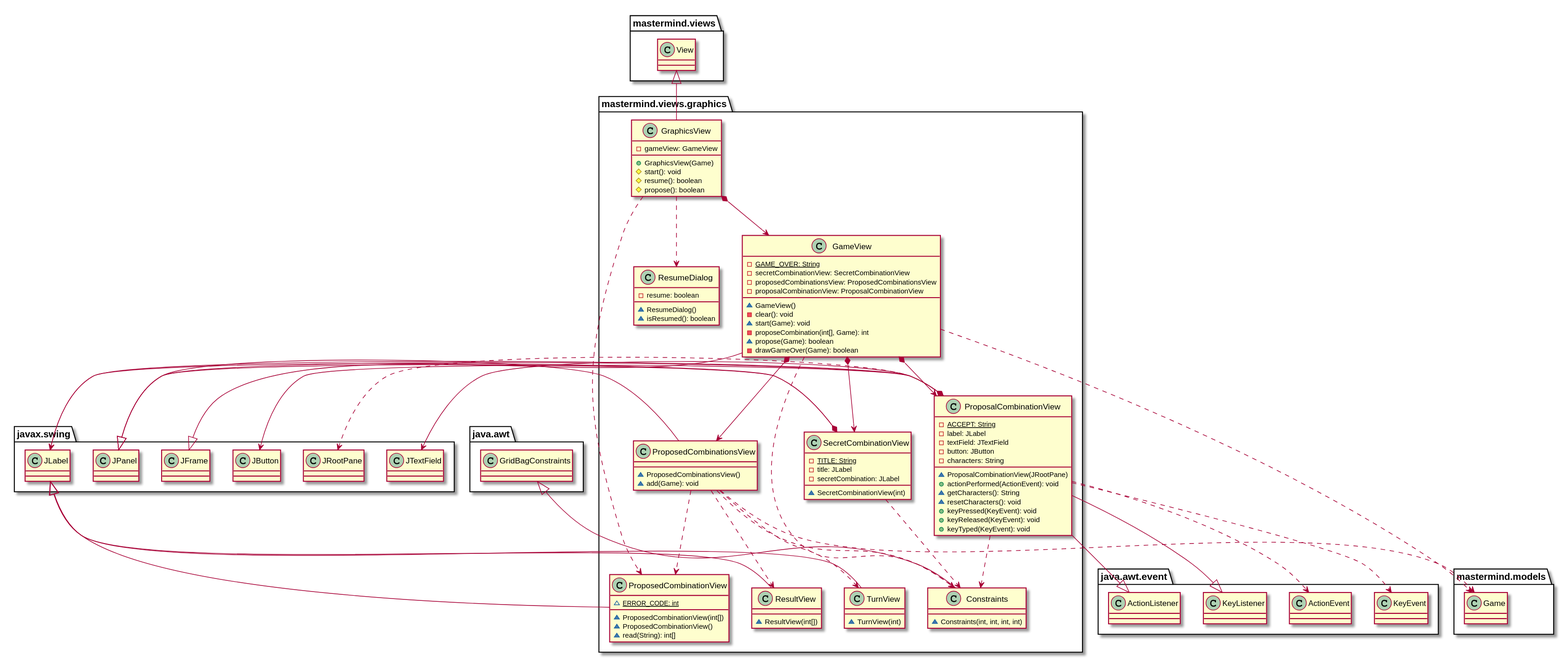
The PlantUML diagram documentView/withoutFactoryMethod/docs/diagrams/out/paquetes/usantatecla.mastermind.views.graphics.svg in SantaTecla-mastermind/solution.java.swing.socket.sql, before a commit. The source it was exported from:
```plantuml
@startuml

class  mastermind.views.graphics.Constraints{
~ Constraints(int, int, int, int)
}
java.awt.GridBagConstraints <|-down- mastermind.views.graphics.Constraints

class  mastermind.views.graphics.GameView{
- {static} GAME_OVER: String
- secretCombinationView: SecretCombinationView
- proposedCombinationsView: ProposedCombinationsView
- proposalCombinationView: ProposalCombinationView
~ GameView()
- clear(): void
~ start(Game): void
- proposeCombination(int[], Game): int
~ propose(Game): boolean
- drawGameOver(Game): boolean
}
javax.swing.JFrame <|-down- mastermind.views.graphics.GameView
mastermind.views.graphics.GameView *-down-> mastermind.views.graphics.ProposedCombinationsView
mastermind.views.graphics.GameView *-down-> mastermind.views.graphics.SecretCombinationView
mastermind.views.graphics.GameView *-down-> mastermind.views.graphics.ProposalCombinationView
mastermind.views.graphics.GameView ..> mastermind.models.Game
mastermind.views.graphics.GameView ..> mastermind.views.graphics.Constraints

class  mastermind.views.graphics.GraphicsView{
- gameView: GameView
+ GraphicsView(Game)
# start(): void
# resume(): boolean
# propose(): boolean
}
mastermind.views.View <|-down- mastermind.views.graphics.GraphicsView
mastermind.views.graphics.GraphicsView *-down-> mastermind.views.graphics.GameView
mastermind.views.graphics.GraphicsView ..> mastermind.views.graphics.ResumeDialog
mastermind.views.graphics.GraphicsView..> mastermind.views.graphics.ProposedCombinationView

class  mastermind.views.graphics.ProposalCombinationView{
- {static} ACCEPT: String
- label: JLabel
- textField: JTextField
- button: JButton
- characters: String
~ ProposalCombinationView(JRootPane)
+ actionPerformed(ActionEvent): void
~ getCharacters(): String
~ resetCharacters(): void
+ keyPressed(KeyEvent): void
+ keyReleased(KeyEvent): void
+ keyTyped(KeyEvent): void
}
java.awt.event.KeyListener <|-down- mastermind.views.graphics.ProposalCombinationView
java.awt.event.ActionListener <|-down- mastermind.views.graphics.ProposalCombinationView
javax.swing.JPanel <|-down- mastermind.views.graphics.ProposalCombinationView
mastermind.views.graphics.ProposalCombinationView *-down-> javax.swing.JButton
mastermind.views.graphics.ProposalCombinationView *-down-> javax.swing.JTextField
mastermind.views.graphics.ProposalCombinationView *-down-> javax.swing.JLabel
mastermind.views.graphics.ProposalCombinationView ..> javax.swing.JRootPane
mastermind.views.graphics.ProposalCombinationView ..> java.awt.event.KeyEvent
mastermind.views.graphics.ProposalCombinationView ..> java.awt.event.ActionEvent
mastermind.views.graphics.ProposalCombinationView..> mastermind.views.graphics.Constraints

class  mastermind.views.graphics.ProposedCombinationsView{
~ ProposedCombinationsView()
~ add(Game): void
}
javax.swing.JPanel <|-down- mastermind.views.graphics.ProposedCombinationsView
mastermind.views.graphics.ProposedCombinationsView ..> mastermind.models.Game
mastermind.views.graphics.ProposedCombinationsView..> mastermind.views.graphics.Constraints
mastermind.views.graphics.ProposedCombinationsView..> mastermind.views.graphics.ResultView
mastermind.views.graphics.ProposedCombinationsView..> mastermind.views.graphics.TurnView
mastermind.views.graphics.ProposedCombinationsView..> mastermind.views.graphics.ProposedCombinationView

class  mastermind.views.graphics.ProposedCombinationView{
~ {static} ERROR_CODE: int
~ ProposedCombinationView(int[])
~ ProposedCombinationView()
~ read(String): int[]
}
javax.swing.JLabel <|-down- mastermind.views.graphics.ProposedCombinationView

class  mastermind.views.graphics.ResultView{
~ ResultView(int[])
}
javax.swing.JLabel <|-down- mastermind.views.graphics.ResultView

class  mastermind.views.graphics.ResumeDialog{
- resume: boolean
~ ResumeDialog()
~ isResumed(): boolean
}

class  mastermind.views.graphics.SecretCombinationView{
- {static} TITLE: String
- title: JLabel
- secretCombination: JLabel
~ SecretCombinationView(int)
}
javax.swing.JPanel <|-down- mastermind.views.graphics.SecretCombinationView
mastermind.views.graphics.SecretCombinationView *-down-> javax.swing.JLabel
mastermind.views.graphics.SecretCombinationView..> mastermind.views.graphics.Constraints

class  mastermind.views.graphics.TurnView{
~ TurnView(int)
}
javax.swing.JLabel <|-down- mastermind.views.graphics.TurnView


@enduml
```
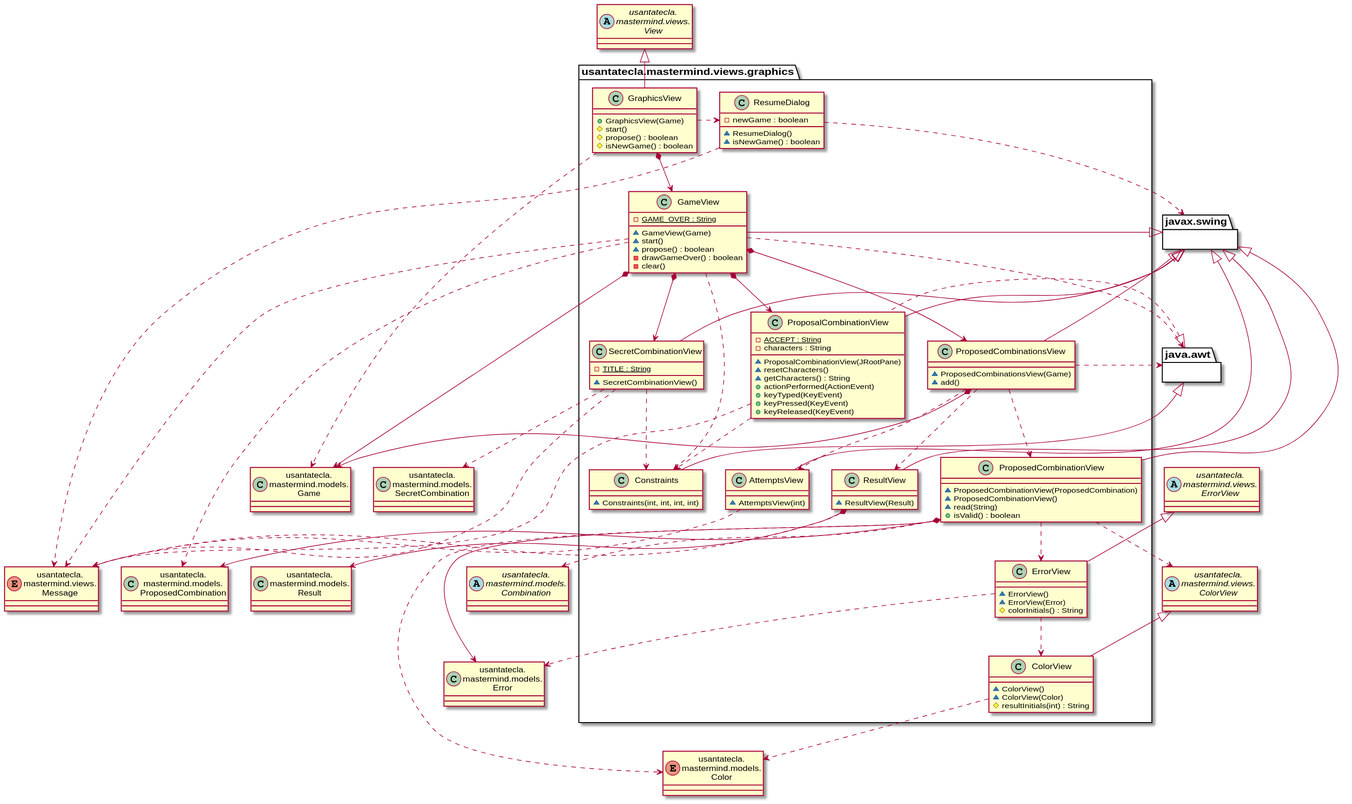
After the change.

The edit, as a diff of the source:
```diff
@@ -1,110 +1,138 @@
 @startuml
+class Game as "usantatecla.\nmastermind.models.\nGame"
+class Error as "usantatecla.\nmastermind.models.\nError"
+class Result as "usantatecla.\nmastermind.models.\nResult"
+enum Color as "usantatecla.\nmastermind.models.\nColor"
+abstract class Combination as "usantatecla.\nmastermind.models.\nCombination"
+class ProposedCombination as "usantatecla.\nmastermind.models.\nProposedCombination"
+class SecretCombination as "usantatecla.\nmastermind.models.\nSecretCombination"
+abstract class View as "usantatecla.\nmastermind.views.\nView"
+abstract class ColorView as "usantatecla.\nmastermind.views.\nColorView"
+abstract class ErrorView as "usantatecla.\nmastermind.views.\nErrorView"
+enum Message as "usantatecla.\nmastermind.views.\nMessage"
 
-class  mastermind.views.graphics.Constraints{
-~ Constraints(int, int, int, int)
+package javax.swing {}
+package java.awt {}
+
+class usantatecla.mastermind.views.graphics.GraphicsView {
+    + GraphicsView(Game)
+    # start()
+    # propose() : boolean
+    # isNewGame() : boolean
 }
-java.awt.GridBagConstraints <|-down- mastermind.views.graphics.Constraints
+usantatecla.mastermind.views.graphics.GraphicsView -up-|> View
+usantatecla.mastermind.views.graphics.GraphicsView *-down-> usantatecla.mastermind.views.graphics.GameView
+usantatecla.mastermind.views.graphics.GraphicsView ..> Game
+usantatecla.mastermind.views.graphics.GraphicsView .> usantatecla.mastermind.views.graphics.ResumeDialog
 
-class  mastermind.views.graphics.GameView{
-- {static} GAME_OVER: String
-- secretCombinationView: SecretCombinationView
-- proposedCombinationsView: ProposedCombinationsView
-- proposalCombinationView: ProposalCombinationView
-~ GameView()
-- clear(): void
-~ start(Game): void
-- proposeCombination(int[], Game): int
-~ propose(Game): boolean
-- drawGameOver(Game): boolean
+class usantatecla.mastermind.views.graphics.GameView {
+    - {static} GAME_OVER : String
+    ~ GameView(Game)
+    ~ start()
+    ~ propose() : boolean
+    - drawGameOver() : boolean
+    - clear()
 }
-javax.swing.JFrame <|-down- mastermind.views.graphics.GameView
-mastermind.views.graphics.GameView *-down-> mastermind.views.graphics.ProposedCombinationsView
-mastermind.views.graphics.GameView *-down-> mastermind.views.graphics.SecretCombinationView
-mastermind.views.graphics.GameView *-down-> mastermind.views.graphics.ProposalCombinationView
-mastermind.views.graphics.GameView ..> mastermind.models.Game
-mastermind.views.graphics.GameView ..> mastermind.views.graphics.Constraints
+usantatecla.mastermind.views.graphics.GameView -up-|> javax.swing
+usantatecla.mastermind.views.graphics.GameView *-down-> Game
+usantatecla.mastermind.views.graphics.GameView *-down-> usantatecla.mastermind.views.graphics.SecretCombinationView
+usantatecla.mastermind.views.graphics.GameView *-down-> usantatecla.mastermind.views.graphics.ProposedCombinationsView
+usantatecla.mastermind.views.graphics.GameView *-down-> usantatecla.mastermind.views.graphics.ProposalCombinationView
+usantatecla.mastermind.views.graphics.GameView ..> java.awt
+usantatecla.mastermind.views.graphics.GameView ..> Message
+usantatecla.mastermind.views.graphics.GameView ..> usantatecla.mastermind.views.graphics.Constraints
+usantatecla.mastermind.views.graphics.GameView ..> ProposedCombination
 
-class  mastermind.views.graphics.GraphicsView{
-- gameView: GameView
-+ GraphicsView(Game)
-# start(): void
-# resume(): boolean
-# propose(): boolean
+class usantatecla.mastermind.views.graphics.ProposalCombinationView {
+    - {static} ACCEPT : String
+    - characters : String
+    ~ ProposalCombinationView(JRootPane)
+    ~ resetCharacters()
+    ~ getCharacters() : String
+    + actionPerformed(ActionEvent)
+    + keyTyped(KeyEvent)
+    + keyPressed(KeyEvent)
+    + keyReleased(KeyEvent)
 }
-mastermind.views.View <|-down- mastermind.views.graphics.GraphicsView
-mastermind.views.graphics.GraphicsView *-down-> mastermind.views.graphics.GameView
-mastermind.views.graphics.GraphicsView ..> mastermind.views.graphics.ResumeDialog
-mastermind.views.graphics.GraphicsView..> mastermind.views.graphics.ProposedCombinationView
+usantatecla.mastermind.views.graphics.ProposalCombinationView -up-|> javax.swing
+usantatecla.mastermind.views.graphics.ProposalCombinationView .up.|> java.awt
+usantatecla.mastermind.views.graphics.ProposalCombinationView ..> Message
+usantatecla.mastermind.views.graphics.ProposalCombinationView ..> usantatecla.mastermind.views.graphics.Constraints
 
-class  mastermind.views.graphics.ProposalCombinationView{
-- {static} ACCEPT: String
-- label: JLabel
-- textField: JTextField
-- button: JButton
-- characters: String
-~ ProposalCombinationView(JRootPane)
-+ actionPerformed(ActionEvent): void
-~ getCharacters(): String
-~ resetCharacters(): void
-+ keyPressed(KeyEvent): void
-+ keyReleased(KeyEvent): void
-+ keyTyped(KeyEvent): void
+class usantatecla.mastermind.views.graphics.ProposedCombinationsView {
+    ~ ProposedCombinationsView(Game)
+    ~ add()
 }
-java.awt.event.KeyListener <|-down- mastermind.views.graphics.ProposalCombinationView
-java.awt.event.ActionListener <|-down- mastermind.views.graphics.ProposalCombinationView
-javax.swing.JPanel <|-down- mastermind.views.graphics.ProposalCombinationView
-mastermind.views.graphics.ProposalCombinationView *-down-> javax.swing.JButton
-mastermind.views.graphics.ProposalCombinationView *-down-> javax.swing.JTextField
-mastermind.views.graphics.ProposalCombinationView *-down-> javax.swing.JLabel
-mastermind.views.graphics.ProposalCombinationView ..> javax.swing.JRootPane
-mastermind.views.graphics.ProposalCombinationView ..> java.awt.event.KeyEvent
-mastermind.views.graphics.ProposalCombinationView ..> java.awt.event.ActionEvent
-mastermind.views.graphics.ProposalCombinationView..> mastermind.views.graphics.Constraints
+usantatecla.mastermind.views.graphics.ProposedCombinationsView -up-|> javax.swing
+usantatecla.mastermind.views.graphics.ProposedCombinationsView *-down-> Game
+usantatecla.mastermind.views.graphics.ProposedCombinationsView ..> usantatecla.mastermind.views.graphics.AttemptsView
+usantatecla.mastermind.views.graphics.ProposedCombinationsView ..> usantatecla.mastermind.views.graphics.ProposedCombinationView
+usantatecla.mastermind.views.graphics.ProposedCombinationsView ..> usantatecla.mastermind.views.graphics.ResultView
+usantatecla.mastermind.views.graphics.ProposedCombinationsView ..> java.awt
 
-class  mastermind.views.graphics.ProposedCombinationsView{
-~ ProposedCombinationsView()
-~ add(Game): void
+class usantatecla.mastermind.views.graphics.SecretCombinationView {
+    - {static} TITLE : String
+    ~ SecretCombinationView()
 }
-javax.swing.JPanel <|-down- mastermind.views.graphics.ProposedCombinationsView
-mastermind.views.graphics.ProposedCombinationsView ..> mastermind.models.Game
-mastermind.views.graphics.ProposedCombinationsView..> mastermind.views.graphics.Constraints
-mastermind.views.graphics.ProposedCombinationsView..> mastermind.views.graphics.ResultView
-mastermind.views.graphics.ProposedCombinationsView..> mastermind.views.graphics.TurnView
-mastermind.views.graphics.ProposedCombinationsView..> mastermind.views.graphics.ProposedCombinationView
+usantatecla.mastermind.views.graphics.SecretCombinationView -up-|> javax.swing
+usantatecla.mastermind.views.graphics.SecretCombinationView ..> Message
+usantatecla.mastermind.views.graphics.SecretCombinationView ..> SecretCombination
+usantatecla.mastermind.views.graphics.SecretCombinationView ..> usantatecla.mastermind.views.graphics.Constraints
 
-class  mastermind.views.graphics.ProposedCombinationView{
-~ {static} ERROR_CODE: int
-~ ProposedCombinationView(int[])
-~ ProposedCombinationView()
-~ read(String): int[]
+class usantatecla.mastermind.views.graphics.ProposedCombinationView {
+    ~ ProposedCombinationView(ProposedCombination)
+    ~ ProposedCombinationView()
+    ~ read(String)
+    + isValid() : boolean
 }
-javax.swing.JLabel <|-down- mastermind.views.graphics.ProposedCombinationView
+usantatecla.mastermind.views.graphics.ProposedCombinationView -up-|> javax.swing
+usantatecla.mastermind.views.graphics.ProposedCombinationView *-down-> ProposedCombination
+usantatecla.mastermind.views.graphics.ProposedCombinationView *-down-> Error
+usantatecla.mastermind.views.graphics.ProposedCombinationView ..> Color
+usantatecla.mastermind.views.graphics.ProposedCombinationView ..> Combination
+usantatecla.mastermind.views.graphics.ProposedCombinationView ..> ColorView
+usantatecla.mastermind.views.graphics.ProposedCombinationView ..> usantatecla.mastermind.views.graphics.ErrorView
 
-class  mastermind.views.graphics.ResultView{
-~ ResultView(int[])
+class usantatecla.mastermind.views.graphics.AttemptsView {
+    ~ AttemptsView(int)
 }
-javax.swing.JLabel <|-down- mastermind.views.graphics.ResultView
+usantatecla.mastermind.views.graphics.AttemptsView -up-|> javax.swing
+usantatecla.mastermind.views.graphics.AttemptsView ..> Message
 
-class  mastermind.views.graphics.ResumeDialog{
-- resume: boolean
-~ ResumeDialog()
-~ isResumed(): boolean
+class usantatecla.mastermind.views.graphics.ColorView {
+    ~ ColorView()
+    ~ ColorView(Color)
+    # resultInitials(int) : String
 }
+usantatecla.mastermind.views.graphics.ColorView -up-|> ColorView
+usantatecla.mastermind.views.graphics.ColorView ..> Color
 
-class  mastermind.views.graphics.SecretCombinationView{
-- {static} TITLE: String
-- title: JLabel
-- secretCombination: JLabel
-~ SecretCombinationView(int)
+class usantatecla.mastermind.views.graphics.Constraints {
+    ~ Constraints(int, int, int, int)
 }
-javax.swing.JPanel <|-down- mastermind.views.graphics.SecretCombinationView
-mastermind.views.graphics.SecretCombinationView *-down-> javax.swing.JLabel
-mastermind.views.graphics.SecretCombinationView..> mastermind.views.graphics.Constraints
+usantatecla.mastermind.views.graphics.Constraints -up-|> java.awt
 
-class  mastermind.views.graphics.TurnView{
-~ TurnView(int)
+class usantatecla.mastermind.views.graphics.ErrorView {
+    ~ ErrorView()
+    ~ ErrorView(Error)
+    # colorInitials() : String
 }
-javax.swing.JLabel <|-down- mastermind.views.graphics.TurnView
+usantatecla.mastermind.views.graphics.ErrorView -up-|> ErrorView
+usantatecla.mastermind.views.graphics.ErrorView ..> usantatecla.mastermind.views.graphics.ColorView
+usantatecla.mastermind.views.graphics.ErrorView ..> Error
 
+class usantatecla.mastermind.views.graphics.ResultView {
+    ~ ResultView(Result)
+}
+usantatecla.mastermind.views.graphics.ResultView -up-|> javax.swing
+usantatecla.mastermind.views.graphics.ResultView *-down-> Result
+usantatecla.mastermind.views.graphics.ResultView ..> Message
 
+class usantatecla.mastermind.views.graphics.ResumeDialog {
+    - newGame : boolean
+    ~ ResumeDialog()
+    ~ isNewGame() : boolean
+}
+usantatecla.mastermind.views.graphics.ResumeDialog ..> javax.swing
+usantatecla.mastermind.views.graphics.ResumeDialog ..> Message
 @enduml
```
